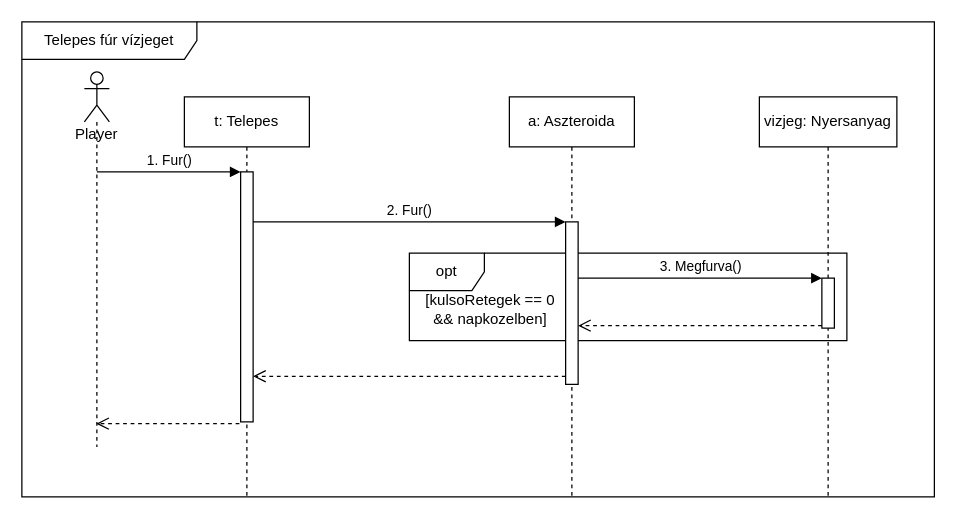
Earlier version of the draw.io diagram page "vizjeg" (2 of 4) of doc/uml/szek_TeDrills.drawio (torpeBoiGo/aszteroidabanyaszat). Source tidied: cells renumbered, new cells numbered last; positions are measured from the earlier drawing's top-left corner, leaving out a move shared by most shapes. Both pictures are drawn from the tidied source at 125%, with x=0, y=0 at pixel (21, 21).
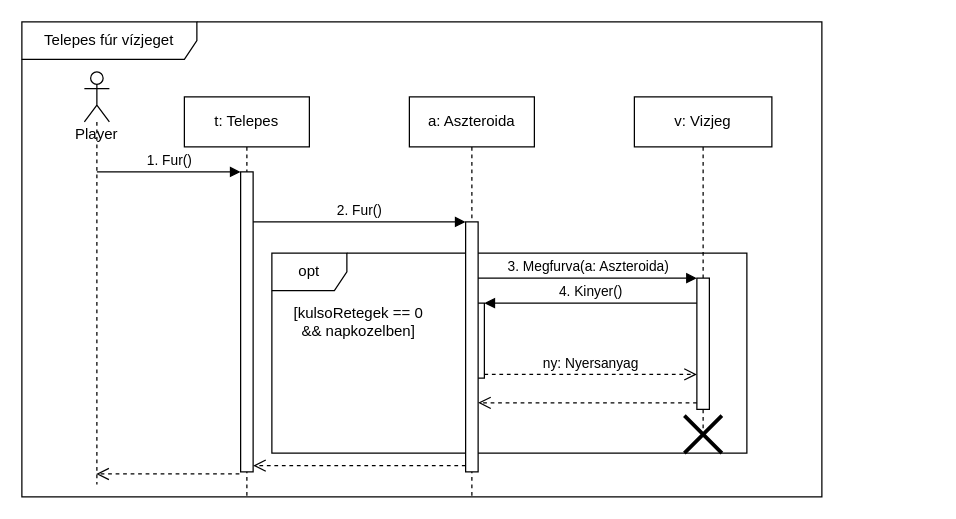
The same diagram, later.

The change refers to these unchanged cells:
```xml
<mxCell id="4" value="t: Telepes" style="shape=umlLifeline;perimeter=lifelinePerimeter;whiteSpace=wrap;html=1;" parent="1" vertex="1">
  <mxGeometry x="130" y="60" width="100" height="320" as="geometry" />
</mxCell>
```

Diff of the diagram source:
```diff
@@
     <mxCell id="2" value="Telepes fúr vízjeget" style="shape=umlFrame;whiteSpace=wrap;html=1;width=140;height=30;" parent="1" vertex="1">
-      <mxGeometry width="730" height="380" as="geometry" />
+      <mxGeometry width="640" height="380" as="geometry" />
     </mxCell>
+    <mxCell id="18" style="group;" parent="1" vertex="1">
+      <mxGeometry x="200" y="185" width="380" height="160" as="geometry" />
+    </mxCell>
-    <mxCell id="3" value="opt" style="shape=umlFrame;whiteSpace=wrap;html=1;" parent="1" vertex="1">
-      <mxGeometry x="310" y="185" width="350" height="70" as="geometry" />
+    <mxCell id="3" value="opt" style="shape=umlFrame;whiteSpace=wrap;html=1;" parent="18" vertex="1">
+      <mxGeometry width="380" height="160" as="geometry" />
     </mxCell>
+    <mxCell id="15" value="[kulsoRetegek == 0 &amp;amp;&amp;amp; napkozelben]" style="text;html=1;strokeColor=none;fillColor=none;align=center;verticalAlign=middle;whiteSpace=wrap;rounded=0;" parent="18" vertex="1">
+      <mxGeometry x="10" y="40" width="119.4" height="30" as="geometry" />
+    </mxCell>
+    <mxCell id="19" style="html=1;points=[];perimeter=orthogonalPerimeter;" parent="18" vertex="1">
+      <mxGeometry x="160" y="40" width="10" height="60" as="geometry" />
+    </mxCell>
@@
     <mxCell id="5" style="html=1;points=[];perimeter=orthogonalPerimeter;" parent="4" vertex="1">
-      <mxGeometry x="45" y="60" width="10" height="200" as="geometry" />
+      <mxGeometry x="45" y="60" width="10" height="240" as="geometry" />
     </mxCell>
@@
     <mxCell id="7" value="a: Aszteroida" style="shape=umlLifeline;perimeter=lifelinePerimeter;whiteSpace=wrap;html=1;" parent="1" vertex="1">
-      <mxGeometry x="390" y="60" width="100" height="320" as="geometry" />
+      <mxGeometry x="310" y="60" width="100" height="320" as="geometry" />
     </mxCell>
     <mxCell id="8" style="html=1;points=[];perimeter=orthogonalPerimeter;" parent="7" vertex="1">
-      <mxGeometry x="45" y="100" width="10" height="130" as="geometry" />
+      <mxGeometry x="45" y="100" width="10" height="200" as="geometry" />
     </mxCell>
@@
-    <mxCell id="10" style="html=1;verticalAlign=bottom;endArrow=open;dashed=1;endSize=8;exitX=0;exitY=0.95;" parent="1" edge="1" source="8" target="5">
+    <mxCell id="10" style="html=1;verticalAlign=bottom;endArrow=open;dashed=1;endSize=8;exitX=0;exitY=0.975;exitDx=0;exitDy=0;exitPerimeter=0;" parent="1" edge="1" source="8" target="5">
       <mxGeometry x="0.02" y="54" relative="1" as="geometry" />
     </mxCell>
-    <mxCell id="11" value="vizjeg: Nyersanyag" style="shape=umlLifeline;perimeter=lifelinePerimeter;whiteSpace=wrap;html=1;" parent="1" vertex="1">
-      <mxGeometry x="590" y="60" width="110" height="320" as="geometry" />
+    <mxCell id="11" value="v: Vizjeg" style="shape=umlLifeline;perimeter=lifelinePerimeter;whiteSpace=wrap;html=1;" parent="1" vertex="1">
+      <mxGeometry x="490" y="60" width="110" height="270" as="geometry" />
     </mxCell>
     <mxCell id="12" style="html=1;points=[];perimeter=orthogonalPerimeter;" parent="11" vertex="1">
-      <mxGeometry x="50" y="145" width="10" height="40" as="geometry" />
+      <mxGeometry x="50" y="145" width="10" height="105" as="geometry" />
     </mxCell>
+    <mxCell id="20" style="shape=umlDestroy;whiteSpace=wrap;html=1;strokeWidth=3;" parent="11" vertex="1">
+      <mxGeometry x="40" y="255" width="30" height="30" as="geometry" />
+    </mxCell>
-    <mxCell id="13" value="3. Megfurva()" style="html=1;verticalAlign=bottom;endArrow=block;entryX=0;entryY=0;" parent="1" edge="1" source="8" target="12">
+    <mxCell id="13" value="3. Megfurva(a: Aszteroida)" style="html=1;verticalAlign=bottom;endArrow=block;entryX=0;entryY=0;" parent="1" edge="1" source="8" target="12">
       <mxGeometry relative="1" as="geometry" />
     </mxCell>
@@
-    <mxCell id="15" value="[kulsoRetegek == 0 &amp;amp;&amp;amp; napkozelben]" style="text;html=1;strokeColor=none;fillColor=none;align=center;verticalAlign=middle;whiteSpace=wrap;rounded=0;" parent="1" vertex="1">
-      <mxGeometry x="320" y="220" width="110" height="20" as="geometry" />
-    </mxCell>
     <mxCell id="16" value="Player" style="shape=umlLifeline;participant=umlActor;perimeter=lifelinePerimeter;whiteSpace=wrap;html=1;verticalAlign=top;spacingTop=36;outlineConnect=0;" parent="1" vertex="1">
-      <mxGeometry x="50" y="40" width="20" height="300" as="geometry" />
+      <mxGeometry x="50" y="40" width="20" height="330" as="geometry" />
     </mxCell>
@@
+    <mxCell id="21" value="4. Kinyer()" style="html=1;verticalAlign=bottom;endArrow=block;entryX=1;entryY=0;" parent="1" edge="1" source="12" target="19">
+      <mxGeometry relative="1" as="geometry" />
+    </mxCell>
+    <mxCell id="22" value="ny: Nyersanyag" style="html=1;verticalAlign=bottom;endArrow=open;dashed=1;endSize=8;exitX=1;exitY=0.95;" parent="1" edge="1" source="19" target="12">
+      <mxGeometry relative="1" as="geometry" />
+    </mxCell>
```
